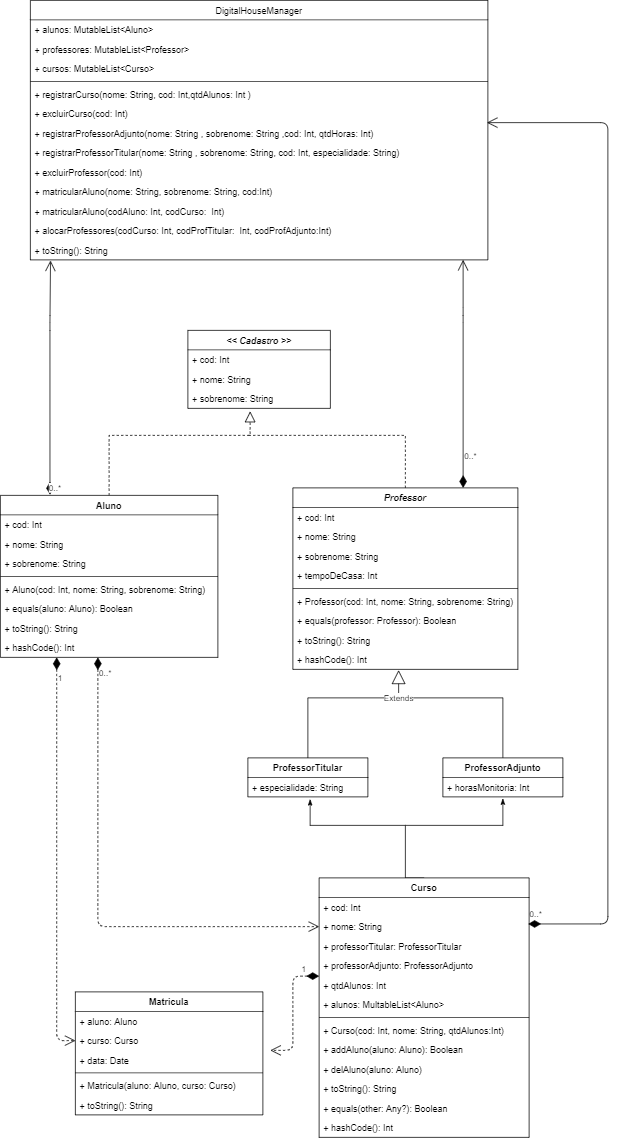
btmluiz/digitalhouse-desafio-kotlin keeps this draw.io diagram as UML.png. Above is the earlier version. Source tidied: cells renumbered, new cells last; positions are measured from the earlier drawing's top-left corner, leaving out a move shared by most shapes.
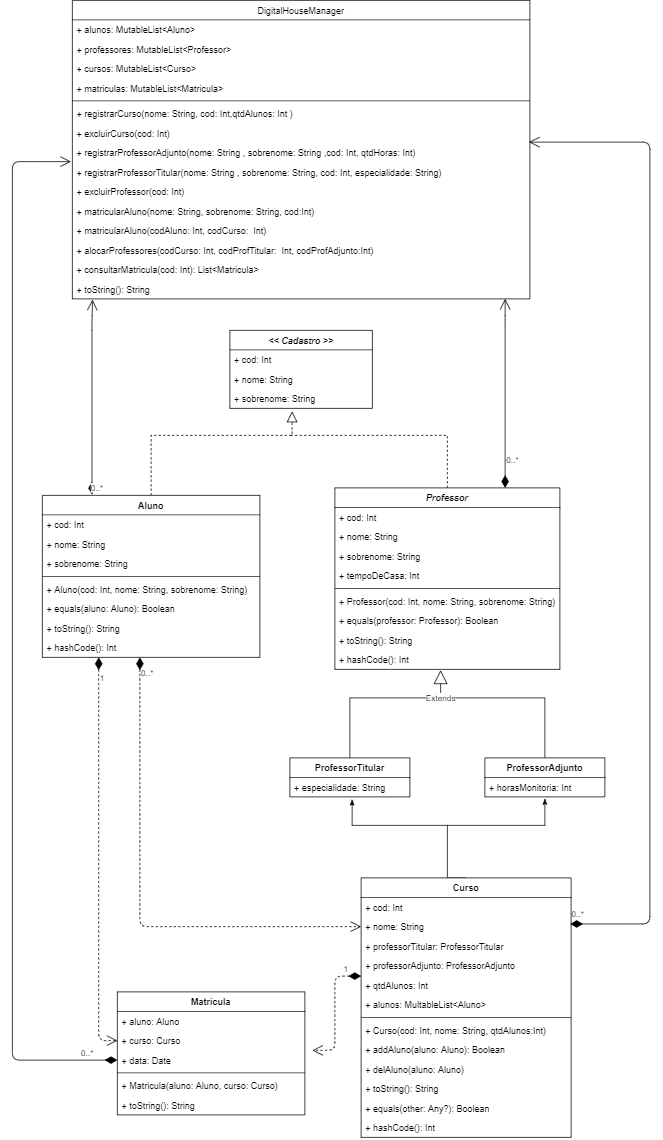
After the change.

Change to the diagram source:
```diff
@@ -190,7 +190,7 @@
       <mxGeometry x="-1" y="3" relative="1" as="geometry">
         <Array as="points">
           <mxPoint x="810" y="1231" />
-          <mxPoint x="810" y="163" />
+          <mxPoint x="810" y="189" />
         </Array>
       </mxGeometry>
     </mxCell>
@@ -237,7 +237,7 @@
       <mxGeometry y="320" width="280" height="26" as="geometry" />
     </mxCell>
     <mxCell id="62" value="DigitalHouseManager" style="swimlane;fontStyle=0;horizontal=1;startSize=26;fillColor=none;" parent="1" vertex="1">
-      <mxGeometry x="40" width="610" height="346" as="geometry" />
+      <mxGeometry x="40" width="610" height="398" as="geometry" />
     </mxCell>
     <mxCell id="63" value="+ alunos: MutableList&lt;Aluno&gt;" style="text;strokeColor=none;fillColor=none;align=left;verticalAlign=top;spacingLeft=4;spacingRight=4;overflow=hidden;" parent="62" vertex="1">
       <mxGeometry y="26" width="610" height="26" as="geometry" />
@@ -248,35 +248,49 @@
     <mxCell id="65" value="+ cursos: MutableList&lt;Curso&gt;" style="text;strokeColor=none;fillColor=none;align=left;verticalAlign=top;spacingLeft=4;spacingRight=4;overflow=hidden;" parent="62" vertex="1">
       <mxGeometry y="78" width="610" height="26" as="geometry" />
     </mxCell>
+    <mxCell id="76" value="+ matriculas: MutableList&lt;Matricula&gt;" style="text;strokeColor=none;fillColor=none;align=left;verticalAlign=top;spacingLeft=4;spacingRight=4;overflow=hidden;" parent="62" vertex="1">
+      <mxGeometry y="104" width="610" height="26" as="geometry" />
+    </mxCell>
     <mxCell id="66" style="line;strokeWidth=1;fillColor=none;align=left;verticalAlign=middle;spacingTop=-1;spacingLeft=3;spacingRight=3;labelPosition=right;" parent="62" vertex="1">
-      <mxGeometry y="104" width="610" height="8" as="geometry" />
+      <mxGeometry y="130" width="610" height="8" as="geometry" />
     </mxCell>
     <mxCell id="67" value="+ registrarCurso(nome: String, cod: Int,qtdAlunos: Int )" style="text;strokeColor=none;fillColor=none;align=left;verticalAlign=top;spacingLeft=4;spacingRight=4;overflow=hidden;" parent="62" vertex="1">
-      <mxGeometry y="112" width="610" height="26" as="geometry" />
+      <mxGeometry y="138" width="610" height="26" as="geometry" />
     </mxCell>
     <mxCell id="68" value="+ excluirCurso(cod: Int)" style="text;strokeColor=none;fillColor=none;align=left;verticalAlign=top;spacingLeft=4;spacingRight=4;overflow=hidden;" parent="62" vertex="1">
-      <mxGeometry y="138" width="610" height="26" as="geometry" />
+      <mxGeometry y="164" width="610" height="26" as="geometry" />
     </mxCell>
     <mxCell id="69" value="+ registrarProfessorAdjunto(nome: String , sobrenome: String ,cod: Int, qtdHoras: Int)" style="text;strokeColor=none;fillColor=none;align=left;verticalAlign=top;spacingLeft=4;spacingRight=4;overflow=hidden;points=[[0,0.5],[1,0.5]];portConstraint=eastwest;" parent="62" vertex="1">
-      <mxGeometry y="164" width="610" height="26" as="geometry" />
+      <mxGeometry y="190" width="610" height="26" as="geometry" />
     </mxCell>
     <mxCell id="70" value="+ registrarProfessorTitular(nome: String , sobrenome: String, cod: Int, especialidade: String)" style="text;strokeColor=none;fillColor=none;align=left;verticalAlign=top;spacingLeft=4;spacingRight=4;overflow=hidden;" parent="62" vertex="1">
-      <mxGeometry y="190" width="610" height="26" as="geometry" />
+      <mxGeometry y="216" width="610" height="26" as="geometry" />
     </mxCell>
     <mxCell id="71" value="+ excluirProfessor(cod: Int)" style="text;strokeColor=none;fillColor=none;align=left;verticalAlign=top;spacingLeft=4;spacingRight=4;overflow=hidden;" parent="62" vertex="1">
-      <mxGeometry y="216" width="610" height="26" as="geometry" />
+      <mxGeometry y="242" width="610" height="26" as="geometry" />
     </mxCell>
     <mxCell id="72" value="+ matricularAluno(nome: String, sobrenome: String, cod:Int)" style="text;strokeColor=none;fillColor=none;align=left;verticalAlign=top;spacingLeft=4;spacingRight=4;overflow=hidden;" parent="62" vertex="1">
-      <mxGeometry y="242" width="610" height="26" as="geometry" />
+      <mxGeometry y="268" width="610" height="26" as="geometry" />
     </mxCell>
     <mxCell id="73" value="+ matricularAluno(codAluno: Int, codCurso:  Int)" style="text;strokeColor=none;fillColor=none;align=left;verticalAlign=top;spacingLeft=4;spacingRight=4;overflow=hidden;" parent="62" vertex="1">
-      <mxGeometry y="268" width="610" height="26" as="geometry" />
+      <mxGeometry y="294" width="610" height="26" as="geometry" />
     </mxCell>
     <mxCell id="74" value="+ alocarProfessores(codCurso: Int, codProfTitular:  Int, codProfAdjunto:Int)" style="text;strokeColor=none;fillColor=none;align=left;verticalAlign=top;spacingLeft=4;spacingRight=4;overflow=hidden;" parent="62" vertex="1">
-      <mxGeometry y="294" width="610" height="26" as="geometry" />
+      <mxGeometry y="320" width="610" height="26" as="geometry" />
     </mxCell>
+    <mxCell id="77" value="+ consultarMatricula(cod: Int): List&lt;Matricula&gt;" style="text;strokeColor=none;fillColor=none;align=left;verticalAlign=top;spacingLeft=4;spacingRight=4;overflow=hidden;" parent="62" vertex="1">
+      <mxGeometry y="346" width="610" height="26" as="geometry" />
+    </mxCell>
     <mxCell id="75" value="+ toString(): String" style="text;strokeColor=none;fillColor=none;align=left;verticalAlign=top;spacingLeft=4;spacingRight=4;overflow=hidden;points=[[0,0.5],[1,0.5]];portConstraint=eastwest;" parent="62" vertex="1">
-      <mxGeometry y="320" width="610" height="26" as="geometry" />
+      <mxGeometry y="372" width="610" height="26" as="geometry" />
     </mxCell>
+    <mxCell id="78" value="0..*" style="endArrow=open;html=1;endSize=12;startArrow=diamondThin;startSize=14;startFill=1;edgeStyle=orthogonalEdgeStyle;align=left;verticalAlign=bottom;entryX=-0.003;entryY=0.962;entryDx=0;entryDy=0;entryPerimeter=0;" parent="1" edge="1" source="31" target="69">
+      <mxGeometry x="-0.93" relative="1" as="geometry">
+        <Array as="points">
+          <mxPoint x="-40" y="1413" />
+          <mxPoint x="-40" y="215" />
+        </Array>
+      </mxGeometry>
+    </mxCell>
   </root>
 </mxGraphModel>
```
